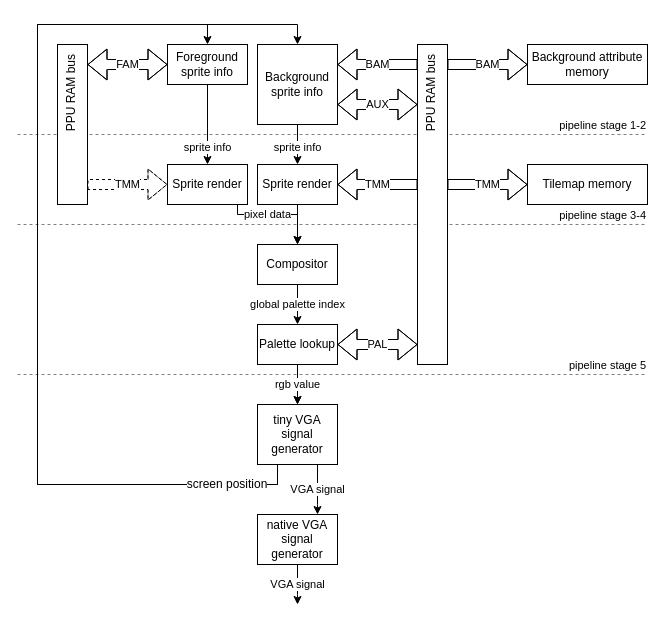
This is page "level-2" (2 of 3) of docs/ppu.drawio from lonkaars/avans-arcade, a draw.io file, before an edit. Source tidied: cells renumbered, new cells numbered last; positions are measured from the earlier drawing's top-left corner, leaving out a move shared by most shapes. Both pictures are drawn from the tidied source at 100%, with x=0, y=0 at pixel (17, 24).
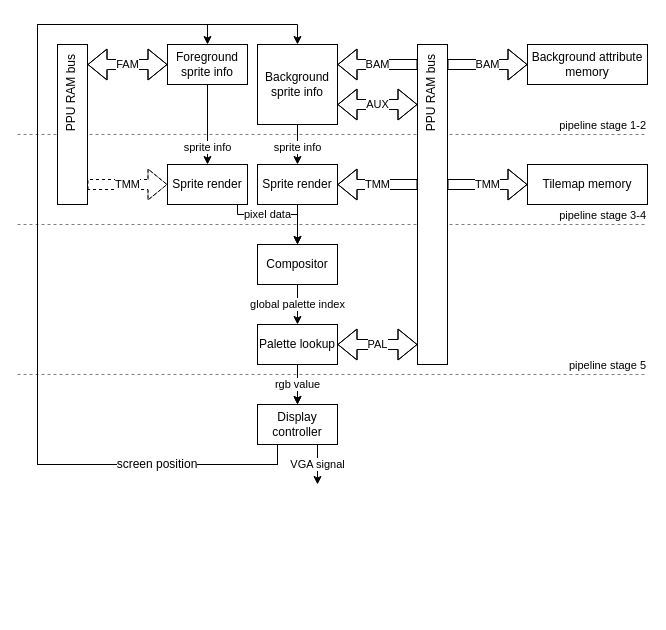
The same page after the edit.

The change refers to these unchanged cells:
```xml
<mxCell id="7" value="Background sprite info" style="rounded=0;whiteSpace=wrap;html=1;" parent="1" vertex="1">
  <mxGeometry x="240" y="20" width="80" height="80" as="geometry" />
</mxCell>
<mxCell id="10" value="Foreground sprite info" style="rounded=0;whiteSpace=wrap;html=1;" parent="1" vertex="1">
  <mxGeometry x="150" y="20" width="80" height="40" as="geometry" />
</mxCell>
<mxCell id="20" value="Palette lookup" style="rounded=0;whiteSpace=wrap;html=1;" parent="1" vertex="1">
  <mxGeometry x="240" y="300" width="80" height="40" as="geometry" />
</mxCell>
```

The edit, as a diff of the source:
```diff
@@
-    <mxCell id="13" style="edgeStyle=orthogonalEdgeStyle;rounded=0;sketch=0;jettySize=auto;html=1;shadow=0;startArrow=none;startFill=0;" parent="1" edge="1" source="16" target="10">
+    <mxCell id="13" style="edgeStyle=orthogonalEdgeStyle;rounded=0;sketch=0;jettySize=auto;html=1;shadow=0;startArrow=none;startFill=0;exitX=0.25;exitY=1;exitDx=0;exitDy=0;" parent="1" edge="1" source="35" target="10">
       <mxGeometry relative="1" as="geometry">
         <Array as="points">
-          <mxPoint x="260" y="460" />
-          <mxPoint x="20" y="460" />
+          <mxPoint x="260" y="440" />
+          <mxPoint x="20" y="440" />
           <mxPoint x="20" />
           <mxPoint x="190" />
         </Array>
       </mxGeometry>
     </mxCell>
-    <mxCell id="14" style="edgeStyle=orthogonalEdgeStyle;rounded=0;sketch=0;jettySize=auto;html=1;shadow=0;startArrow=none;startFill=0;" parent="1" edge="1" source="16" target="7">
+    <mxCell id="14" style="edgeStyle=orthogonalEdgeStyle;rounded=0;sketch=0;jettySize=auto;html=1;shadow=0;startArrow=none;startFill=0;exitX=0.25;exitY=1;exitDx=0;exitDy=0;" parent="1" edge="1" source="35" target="7">
       <mxGeometry relative="1" as="geometry">
         <Array as="points">
-          <mxPoint x="260" y="460" />
-          <mxPoint x="20" y="460" />
+          <mxPoint x="260" y="440" />
+          <mxPoint x="20" y="440" />
           <mxPoint x="20" />
           <mxPoint x="280" />
         </Array>
       </mxGeometry>
     </mxCell>
-    <mxCell id="15" value="VGA signal" style="edgeStyle=orthogonalEdgeStyle;rounded=0;sketch=0;jettySize=auto;html=1;shadow=0;startArrow=none;startFill=0;" parent="1" edge="1" source="16" target="35">
-      <mxGeometry relative="1" as="geometry">
-        <Array as="points">
-          <mxPoint x="300" y="480" />
-          <mxPoint x="300" y="480" />
-        </Array>
-      </mxGeometry>
-    </mxCell>
-    <mxCell id="16" value="tiny VGA signal generator" style="rounded=0;whiteSpace=wrap;html=1;" parent="1" vertex="1">
-      <mxGeometry x="240" y="380" width="80" height="60" as="geometry" />
-    </mxCell>
-    <mxCell id="17" style="edgeStyle=orthogonalEdgeStyle;rounded=0;sketch=0;jettySize=auto;html=1;shadow=0;startArrow=none;startFill=0;" parent="1" edge="1" source="20" target="16">
-      <mxGeometry relative="1" as="geometry" />
+    <mxCell id="17" style="edgeStyle=orthogonalEdgeStyle;rounded=0;sketch=0;jettySize=auto;html=1;shadow=0;startArrow=none;startFill=0;" parent="1" edge="1" source="20">
+      <mxGeometry relative="1" as="geometry">
+        <mxPoint x="280" y="380" as="targetPoint" />
+      </mxGeometry>
     </mxCell>
-    <mxCell id="18" value="rgb value" style="edgeStyle=orthogonalEdgeStyle;rounded=0;sketch=0;jettySize=auto;html=1;shadow=0;startArrow=none;startFill=0;" parent="1" edge="1" source="20" target="16">
+    <mxCell id="18" value="rgb value" style="edgeStyle=orthogonalEdgeStyle;rounded=0;sketch=0;jettySize=auto;html=1;shadow=0;startArrow=none;startFill=0;" parent="1" edge="1" source="20" target="35">
       <mxGeometry relative="1" as="geometry" />
     </mxCell>
@@
     <mxCell id="32" value="screen position" style="text;html=1;strokeColor=none;fillColor=none;align=center;verticalAlign=middle;whiteSpace=wrap;rounded=0;labelBackgroundColor=default;" parent="1" vertex="1">
-      <mxGeometry x="160" y="450" width="100" height="20" as="geometry" />
+      <mxGeometry x="90" y="430" width="100" height="20" as="geometry" />
     </mxCell>
@@
-    <mxCell id="35" value="native VGA signal generator" style="rounded=0;whiteSpace=wrap;html=1;" parent="1" vertex="1">
-      <mxGeometry x="240" y="490" width="80" height="50" as="geometry" />
+    <mxCell id="35" value="Display controller" style="rounded=0;whiteSpace=wrap;html=1;" parent="1" vertex="1">
+      <mxGeometry x="240" y="380" width="80" height="40" as="geometry" />
     </mxCell>
-    <mxCell id="36" value="VGA signal" style="edgeStyle=orthogonalEdgeStyle;rounded=0;sketch=0;jettySize=auto;html=1;shadow=0;startArrow=none;startFill=0;" parent="1" edge="1" source="35">
+    <mxCell id="36" value="VGA signal" style="edgeStyle=orthogonalEdgeStyle;rounded=0;sketch=0;jettySize=auto;html=1;shadow=0;startArrow=none;startFill=0;exitX=0.75;exitY=1;exitDx=0;exitDy=0;" parent="1" edge="1" source="35">
       <mxGeometry relative="1" as="geometry">
-        <mxPoint x="280" y="580" as="targetPoint" />
-        <Array as="points">
-          <mxPoint x="280" y="570" />
-          <mxPoint x="280" y="570" />
-        </Array>
+        <mxPoint x="300" y="460" as="targetPoint" />
       </mxGeometry>
     </mxCell>
```
